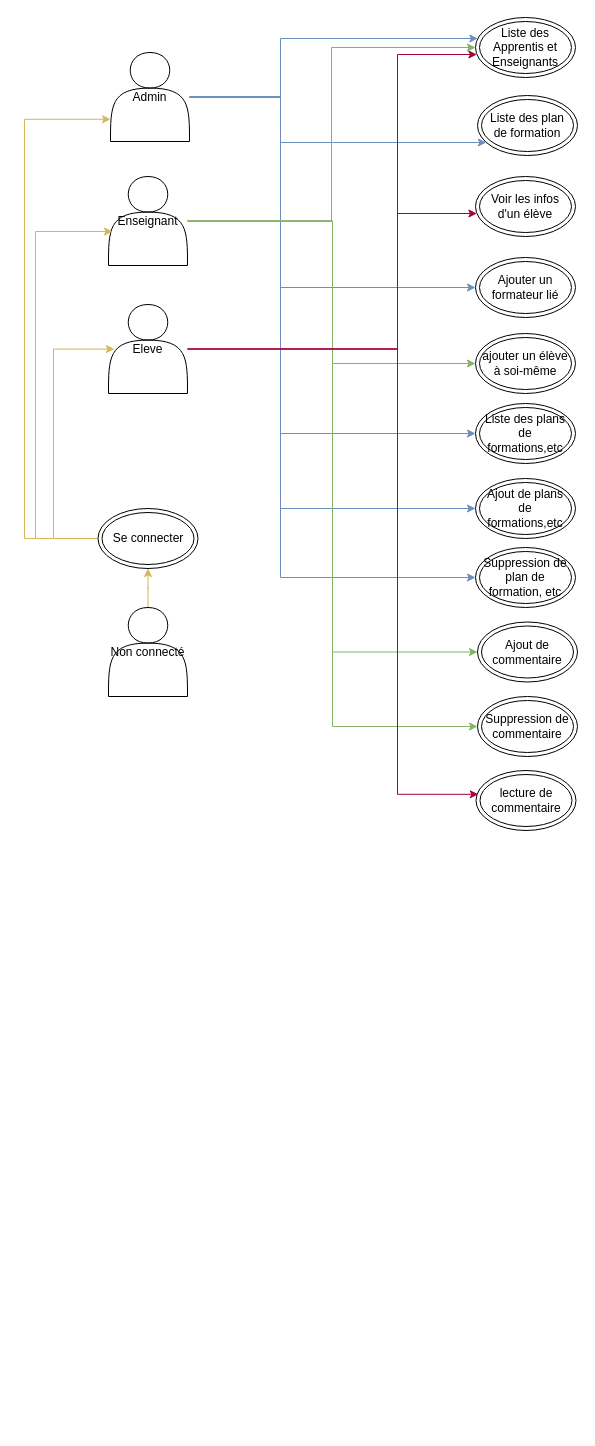
Before: documentation/schema d'utilisation.drawio in benmoumene/manage-course-codeigniter-4, a draw.io diagram. Source tidied: cells renumbered, new cells numbered last; positions are measured from the earlier drawing's top-left corner, leaving out a move shared by most shapes. Both pictures are drawn from the tidied source at 100%, with x=0, y=0 at pixel (24, 17).
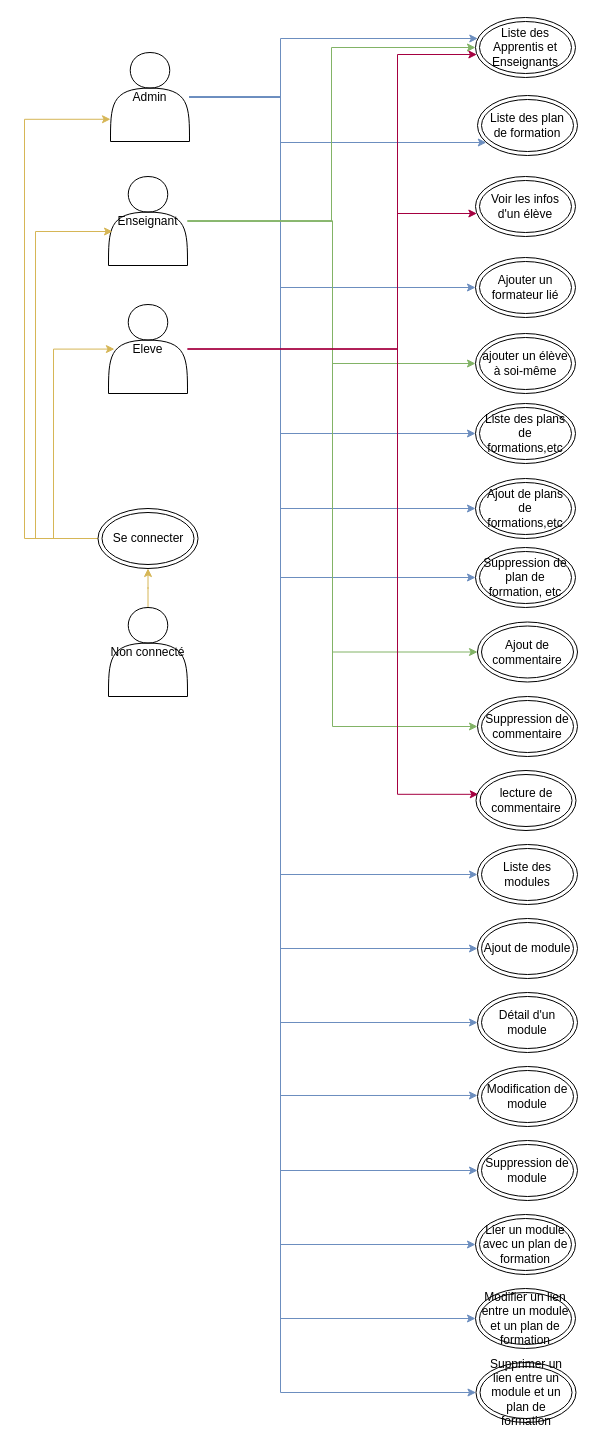
The same diagram, later.

Unchanged cells that the change refers to:
```xml
<mxCell id="8" value="Admin" style="shape=actor;whiteSpace=wrap;html=1;" parent="1" vertex="1">
  <mxGeometry x="86" y="35" width="79" height="89" as="geometry" />
</mxCell>
<mxCell id="31" value="Suppression de plan de formation, etc" style="ellipse;shape=doubleEllipse;whiteSpace=wrap;html=1;" parent="1" vertex="1">
  <mxGeometry x="451" y="530" width="100" height="60" as="geometry" />
</mxCell>
```

Diff of the diagram source:
```diff
@@
-    <mxCell id="6" style="edgeStyle=orthogonalEdgeStyle;rounded=0;jettySize=auto;html=1;entryX=0;entryY=0.5;entryDx=0;entryDy=0;fillColor=#dae8fc;strokeColor=#6c8ebf;" parent="1" edge="1" source="8" target="31">
+    <mxCell id="6" style="edgeStyle=orthogonalEdgeStyle;rounded=0;jettySize=auto;html=1;entryX=0;entryY=0.5;entryDx=0;entryDy=0;fillColor=#dae8fc;strokeColor=#6C8EBF;" parent="1" edge="1" source="8" target="31">
       <mxGeometry relative="1" as="geometry">
         <Array as="points">
           <mxPoint x="256" y="80" />
           <mxPoint x="256" y="560" />
         </Array>
       </mxGeometry>
     </mxCell>
@@
+    <mxCell id="35" style="edgeStyle=orthogonalEdgeStyle;rounded=0;jettySize=auto;html=1;entryX=0;entryY=0.5;entryDx=0;entryDy=0;strokeColor=#6C8EBF;" parent="1" edge="1" source="8" target="43">
+      <mxGeometry relative="1" as="geometry">
+        <Array as="points">
+          <mxPoint x="256" y="80" />
+          <mxPoint x="256" y="857" />
+        </Array>
+      </mxGeometry>
+    </mxCell>
+    <mxCell id="36" style="edgeStyle=orthogonalEdgeStyle;rounded=0;jettySize=auto;html=1;entryX=0;entryY=0.5;entryDx=0;entryDy=0;strokeColor=#6C8EBF;" parent="1" edge="1" source="8" target="44">
+      <mxGeometry relative="1" as="geometry">
+        <Array as="points">
+          <mxPoint x="256" y="80" />
+          <mxPoint x="256" y="931" />
+        </Array>
+      </mxGeometry>
+    </mxCell>
+    <mxCell id="37" style="edgeStyle=orthogonalEdgeStyle;rounded=0;jettySize=auto;html=1;entryX=0;entryY=0.5;entryDx=0;entryDy=0;strokeColor=#6C8EBF;" parent="1" edge="1" source="8" target="45">
+      <mxGeometry relative="1" as="geometry">
+        <Array as="points">
+          <mxPoint x="256" y="80" />
+          <mxPoint x="256" y="1005" />
+        </Array>
+      </mxGeometry>
+    </mxCell>
+    <mxCell id="38" style="edgeStyle=orthogonalEdgeStyle;rounded=0;jettySize=auto;html=1;entryX=0;entryY=0.483;entryDx=0;entryDy=0;entryPerimeter=0;strokeColor=#6C8EBF;" parent="1" edge="1" source="8" target="46">
+      <mxGeometry relative="1" as="geometry">
+        <Array as="points">
+          <mxPoint x="256" y="80" />
+          <mxPoint x="256" y="1078" />
+        </Array>
+      </mxGeometry>
+    </mxCell>
+    <mxCell id="39" style="edgeStyle=orthogonalEdgeStyle;rounded=0;jettySize=auto;html=1;entryX=0;entryY=0.5;entryDx=0;entryDy=0;strokeColor=#6C8EBF;" parent="1" edge="1" source="8" target="47">
+      <mxGeometry relative="1" as="geometry">
+        <Array as="points">
+          <mxPoint x="256" y="80" />
+          <mxPoint x="256" y="1153" />
+        </Array>
+      </mxGeometry>
+    </mxCell>
+    <mxCell id="40" style="edgeStyle=orthogonalEdgeStyle;rounded=0;jettySize=auto;html=1;entryX=0;entryY=0.5;entryDx=0;entryDy=0;strokeColor=#6C8EBF;" parent="1" edge="1" source="8" target="48">
+      <mxGeometry relative="1" as="geometry">
+        <Array as="points">
+          <mxPoint x="256" y="80" />
+          <mxPoint x="256" y="1227" />
+        </Array>
+      </mxGeometry>
+    </mxCell>
+    <mxCell id="41" style="edgeStyle=orthogonalEdgeStyle;rounded=0;jettySize=auto;html=1;entryX=0;entryY=0.5;entryDx=0;entryDy=0;strokeColor=#6C8EBF;" parent="1" edge="1" source="8" target="49">
+      <mxGeometry relative="1" as="geometry">
+        <Array as="points">
+          <mxPoint x="256" y="80" />
+          <mxPoint x="256" y="1301" />
+        </Array>
+      </mxGeometry>
+    </mxCell>
+    <mxCell id="42" style="edgeStyle=orthogonalEdgeStyle;rounded=0;jettySize=auto;html=1;entryX=0;entryY=0.5;entryDx=0;entryDy=0;strokeColor=#6C8EBF;" parent="1" edge="1" source="8" target="50">
+      <mxGeometry relative="1" as="geometry">
+        <Array as="points">
+          <mxPoint x="256" y="80" />
+          <mxPoint x="256" y="1375" />
+        </Array>
+      </mxGeometry>
+    </mxCell>
@@
+    <mxCell id="43" value="Liste des modules" style="ellipse;shape=doubleEllipse;whiteSpace=wrap;html=1;" parent="1" vertex="1">
+      <mxGeometry x="453" y="827" width="100" height="60" as="geometry" />
+    </mxCell>
+    <mxCell id="44" value="Ajout de module" style="ellipse;shape=doubleEllipse;whiteSpace=wrap;html=1;" parent="1" vertex="1">
+      <mxGeometry x="453" y="901" width="100" height="60" as="geometry" />
+    </mxCell>
+    <mxCell id="45" value="&lt;div&gt;Détail d'un module&lt;/div&gt;" style="ellipse;shape=doubleEllipse;whiteSpace=wrap;html=1;" parent="1" vertex="1">
+      <mxGeometry x="453" y="975" width="100" height="60" as="geometry" />
+    </mxCell>
+    <mxCell id="46" value="&lt;div&gt;Modification de module&lt;/div&gt;" style="ellipse;shape=doubleEllipse;whiteSpace=wrap;html=1;" parent="1" vertex="1">
+      <mxGeometry x="453" y="1049" width="100" height="60" as="geometry" />
+    </mxCell>
+    <mxCell id="47" value="Suppression de module" style="ellipse;shape=doubleEllipse;whiteSpace=wrap;html=1;" parent="1" vertex="1">
+      <mxGeometry x="453" y="1123" width="100" height="60" as="geometry" />
+    </mxCell>
+    <mxCell id="48" value="Lier un module avec un plan de formation" style="ellipse;shape=doubleEllipse;whiteSpace=wrap;html=1;" parent="1" vertex="1">
+      <mxGeometry x="451" y="1197" width="100" height="60" as="geometry" />
+    </mxCell>
+    <mxCell id="49" value="Modifier un lien entre un module et un plan de formation" style="ellipse;shape=doubleEllipse;whiteSpace=wrap;html=1;" parent="1" vertex="1">
+      <mxGeometry x="451" y="1271" width="100" height="60" as="geometry" />
+    </mxCell>
+    <mxCell id="50" value="Supprimer un lien entre un module et un plan de formation" style="ellipse;shape=doubleEllipse;whiteSpace=wrap;html=1;" parent="1" vertex="1">
+      <mxGeometry x="451.5" y="1345" width="100" height="60" as="geometry" />
+    </mxCell>
```
